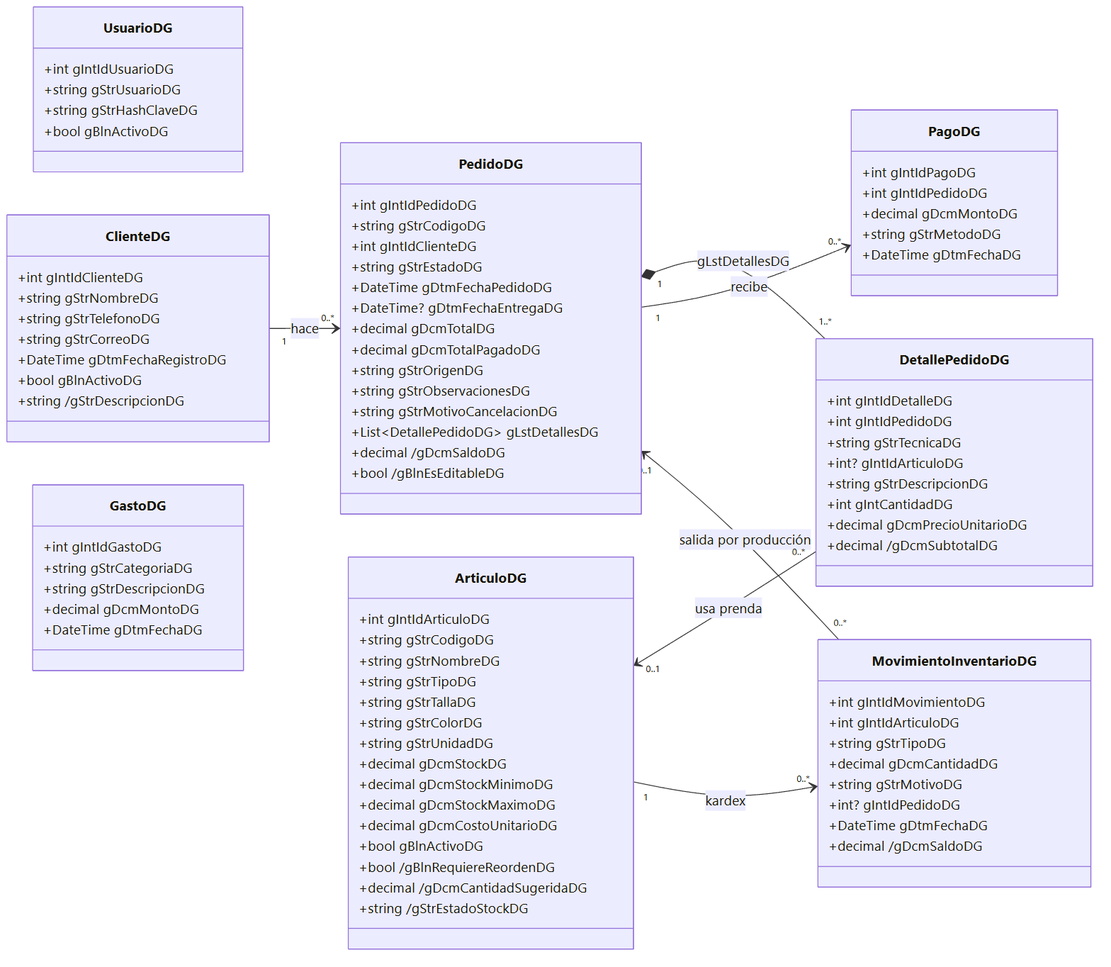
Before: docs/diagramas/02-clases-entidades.png, a diagram exported from Mermaid (Darturo9/CubitoGrupo9). Its source is kept beside it as docs/diagramas/02-clases-entidades.mmd. The source it was exported from:
```mermaid
classDiagram
    direction LR

    class UsuarioDG {
        +int gIntIdUsuarioDG
        +string gStrUsuarioDG
        +string gStrHashClaveDG
        +bool gBlnActivoDG
    }

    class ClienteDG {
        +int gIntIdClienteDG
        +string gStrNombreDG
        +string gStrTelefonoDG
        +string gStrCorreoDG
        +DateTime gDtmFechaRegistroDG
        +bool gBlnActivoDG
        +string /gStrDescripcionDG
    }

    class PedidoDG {
        +int gIntIdPedidoDG
        +string gStrCodigoDG
        +int gIntIdClienteDG
        +string gStrEstadoDG
        +DateTime gDtmFechaPedidoDG
        +DateTime? gDtmFechaEntregaDG
        +decimal gDcmTotalDG
        +decimal gDcmTotalPagadoDG
        +string gStrOrigenDG
        +string gStrObservacionesDG
        +string gStrMotivoCancelacionDG
        +List~DetallePedidoDG~ gLstDetallesDG
        +decimal /gDcmSaldoDG
        +bool /gBlnEsEditableDG
    }

    class DetallePedidoDG {
        +int gIntIdDetalleDG
        +int gIntIdPedidoDG
        +string gStrTecnicaDG
        +int? gIntIdArticuloDG
        +string gStrDescripcionDG
        +int gIntCantidadDG
        +decimal gDcmPrecioUnitarioDG
        +decimal /gDcmSubtotalDG
    }

    class PagoDG {
        +int gIntIdPagoDG
        +int gIntIdPedidoDG
        +decimal gDcmMontoDG
        +string gStrMetodoDG
        +DateTime gDtmFechaDG
    }

    class ArticuloDG {
        +int gIntIdArticuloDG
        +string gStrCodigoDG
        +string gStrNombreDG
        +string gStrTipoDG
        +string gStrTallaDG
        +string gStrColorDG
        +string gStrUnidadDG
        +decimal gDcmStockDG
        +decimal gDcmStockMinimoDG
        +decimal gDcmStockMaximoDG
        +decimal gDcmCostoUnitarioDG
        +bool gBlnActivoDG
        +bool /gBlnRequiereReordenDG
        +decimal /gDcmCantidadSugeridaDG
        +string /gStrEstadoStockDG
    }

    class MovimientoInventarioDG {
        +int gIntIdMovimientoDG
        +int gIntIdArticuloDG
        +string gStrTipoDG
        +decimal gDcmCantidadDG
        +string gStrMotivoDG
        +int? gIntIdPedidoDG
        +DateTime gDtmFechaDG
        +decimal /gDcmSaldoDG
    }

    class GastoDG {
        +int gIntIdGastoDG
        +string gStrCategoriaDG
        +string gStrDescripcionDG
        +decimal gDcmMontoDG
        +DateTime gDtmFechaDG
    }

    ClienteDG "1" --> "0..*" PedidoDG : hace
    PedidoDG "1" *-- "1..*" DetallePedidoDG : gLstDetallesDG
    PedidoDG "1" --> "0..*" PagoDG : recibe
    ArticuloDG "0..1" <-- "0..*" DetallePedidoDG : usa prenda
    ArticuloDG "1" --> "0..*" MovimientoInventarioDG : kardex
    PedidoDG "0..1" <-- "0..*" MovimientoInventarioDG : salida por producción
```
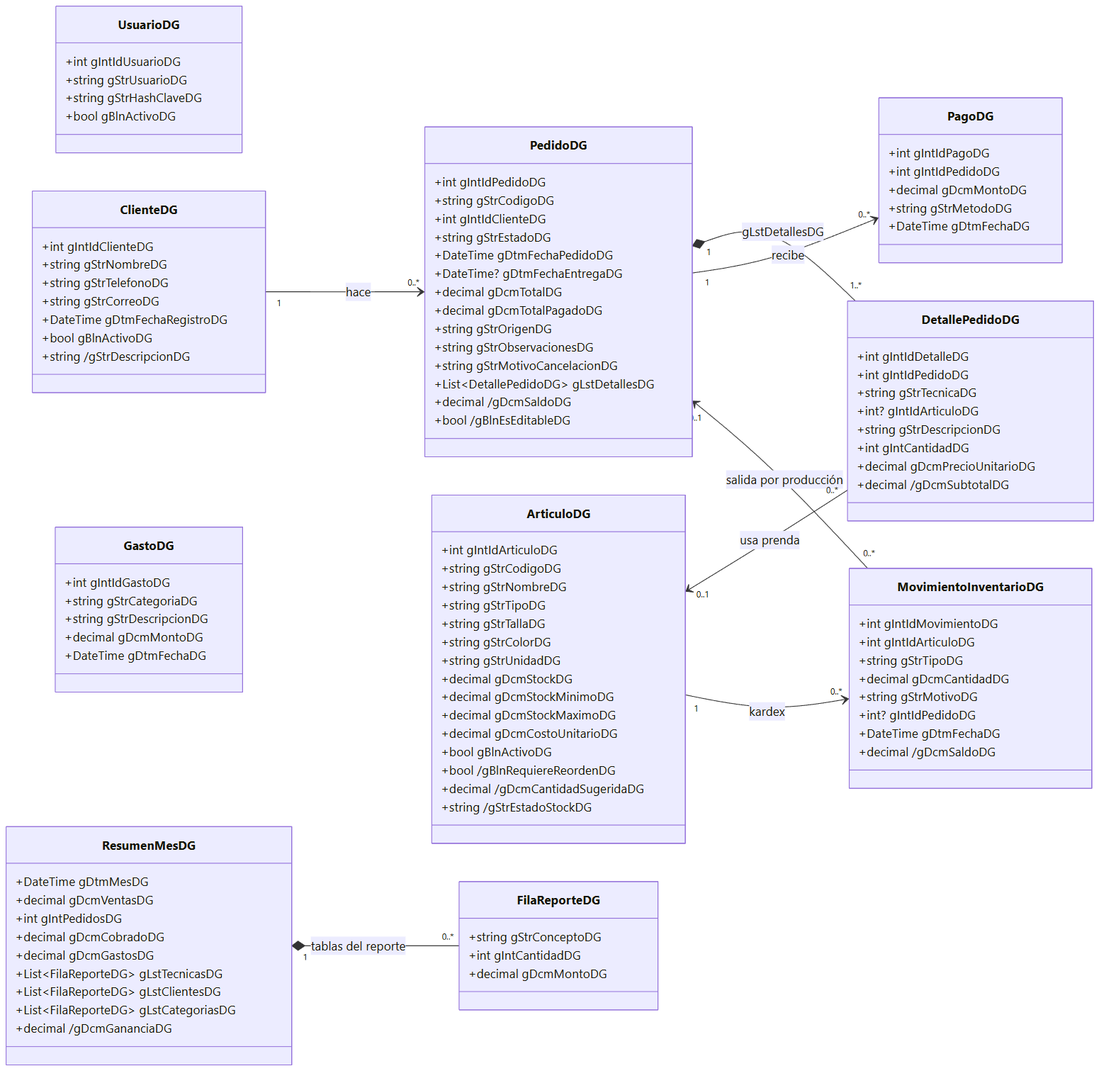
After the commit.

The edit, as a diff of the source:
```diff
@@ -91,9 +91,28 @@
         +DateTime gDtmFechaDG
     }
 
+    class ResumenMesDG {
+        +DateTime gDtmMesDG
+        +decimal gDcmVentasDG
+        +int gIntPedidosDG
+        +decimal gDcmCobradoDG
+        +decimal gDcmGastosDG
+        +List~FilaReporteDG~ gLstTecnicasDG
+        +List~FilaReporteDG~ gLstClientesDG
+        +List~FilaReporteDG~ gLstCategoriasDG
+        +decimal /gDcmGananciaDG
+    }
+
+    class FilaReporteDG {
+        +string gStrConceptoDG
+        +int gIntCantidadDG
+        +decimal gDcmMontoDG
+    }
+
     ClienteDG "1" --> "0..*" PedidoDG : hace
     PedidoDG "1" *-- "1..*" DetallePedidoDG : gLstDetallesDG
     PedidoDG "1" --> "0..*" PagoDG : recibe
     ArticuloDG "0..1" <-- "0..*" DetallePedidoDG : usa prenda
     ArticuloDG "1" --> "0..*" MovimientoInventarioDG : kardex
     PedidoDG "0..1" <-- "0..*" MovimientoInventarioDG : salida por producción
+    ResumenMesDG "1" *-- "0..*" FilaReporteDG : tablas del reporte
```
